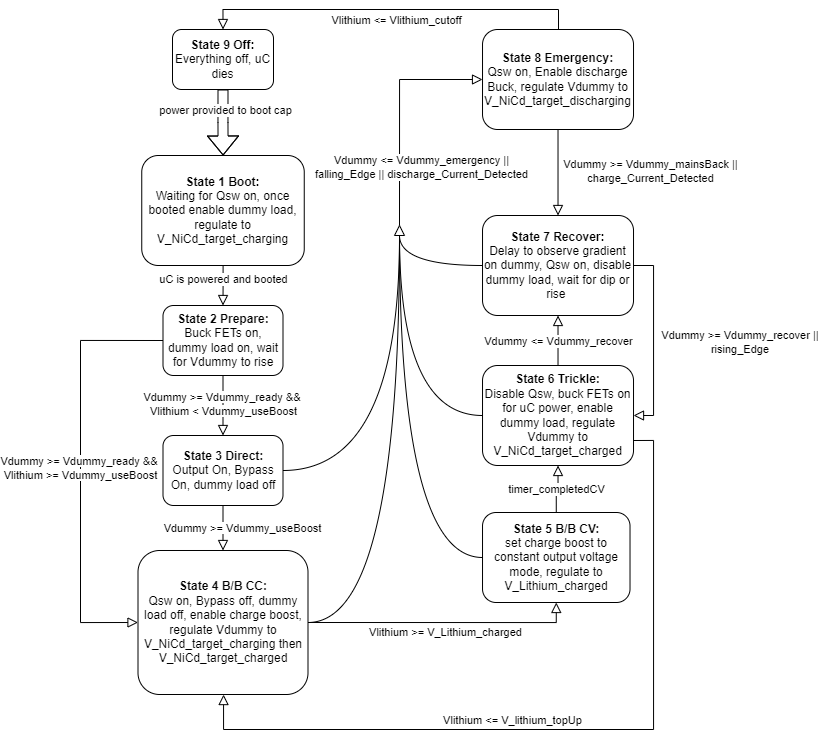
Before: 202IntefaceFlowchart_CV.drawio.png, a diagram exported from draw.io (BStainthorpe/Flowcharts). Source tidied: cells renumbered, new cells last; positions are measured from the earlier drawing's top-left corner, leaving out a move shared by most shapes.
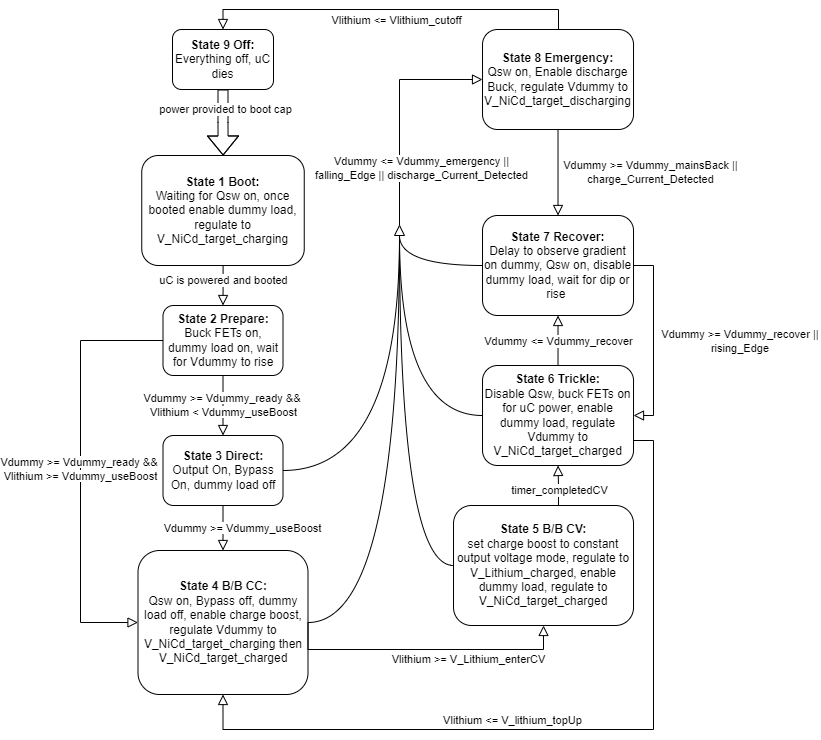
The same diagram one commit later.

The edit, as a diff of the source:
```diff
@@ -32,24 +32,33 @@
     <mxCell id="9" value="&lt;b&gt;State 4 B/B CC:&lt;/b&gt;&lt;div&gt;Qsw on, Bypass off, dummy load off, enable charge boost, regulate Vdummy to V_NiCd_target_charging then V_NiCd_target_charged&lt;/div&gt;" style="rounded=1;whiteSpace=wrap;html=1;fontSize=12;glass=0;strokeWidth=1;shadow=0;" parent="1" vertex="1">
       <mxGeometry x="57.5" y="541" width="170" height="144" as="geometry" />
     </mxCell>
-    <mxCell id="10" value="&lt;b&gt;State 5 B/B CV:&lt;/b&gt;&lt;div&gt;set charge boost to constant output voltage mode, regulate to V_Lithium_charged&lt;/div&gt;" style="rounded=1;whiteSpace=wrap;html=1;fontSize=12;glass=0;strokeWidth=1;shadow=0;" parent="1" vertex="1">
-      <mxGeometry x="402" y="503" width="147.5" height="90" as="geometry" />
+    <mxCell id="10" value="&lt;b&gt;State 5 B/B CV:&lt;/b&gt;&lt;div&gt;set charge boost to constant output voltage mode, regulate to V_Lithium_charged, enable dummy load, regulate to V_NiCd_target_charged&lt;/div&gt;" style="rounded=1;whiteSpace=wrap;html=1;fontSize=12;glass=0;strokeWidth=1;shadow=0;" parent="1" vertex="1">
+      <mxGeometry x="373" y="496" width="180" height="120" as="geometry" />
     </mxCell>
-    <mxCell id="11" value="&lt;span style=&quot;background-color: rgb(255, 255, 255);&quot;&gt;Vlithium &amp;gt;= V_Lithium_charged&lt;/span&gt;" style="rounded=0;html=1;jettySize=auto;fontSize=11;endArrow=block;endFill=0;endSize=8;strokeWidth=1;shadow=0;labelBackgroundColor=none;edgeStyle=orthogonalEdgeStyle;exitX=1;exitY=0.5;exitDx=0;exitDy=0;entryX=0.5;entryY=1;entryDx=0;entryDy=0;" parent="1" edge="1" source="9" target="10">
-      <mxGeometry x="0.03" y="-10" relative="1" as="geometry">
+    <mxCell id="11" value="&lt;span style=&quot;background-color: rgb(255, 255, 255);&quot;&gt;Vlithium &amp;gt;= V_Lithium_enterCV&lt;/span&gt;" style="rounded=0;html=1;jettySize=auto;fontSize=11;endArrow=block;endFill=0;endSize=8;strokeWidth=1;shadow=0;labelBackgroundColor=none;edgeStyle=orthogonalEdgeStyle;exitX=1;exitY=0.5;exitDx=0;exitDy=0;entryX=0.5;entryY=1;entryDx=0;entryDy=0;" parent="1" edge="1" source="9" target="10">
+      <mxGeometry x="0.3" y="-10" relative="1" as="geometry">
         <Array as="points">
-          <mxPoint x="476" y="613" />
+          <mxPoint x="228" y="640" />
+          <mxPoint x="463" y="640" />
         </Array>
+        <mxPoint x="1" as="offset" />
       </mxGeometry>
     </mxCell>
     <mxCell id="12" value="&lt;b&gt;State 6 Trickle:&lt;/b&gt;&lt;div&gt;Disable Qsw, buck FETs on for uC power, enable dummy load, regulate Vdummy to V_NiCd_target_charged&lt;/div&gt;" style="rounded=1;whiteSpace=wrap;html=1;fontSize=12;glass=0;strokeWidth=1;shadow=0;" parent="1" vertex="1">
       <mxGeometry x="402" y="356" width="151" height="100" as="geometry" />
     </mxCell>
     <mxCell id="13" style="rounded=0;html=1;jettySize=auto;fontSize=11;endArrow=block;endFill=0;endSize=8;strokeWidth=1;shadow=0;labelBackgroundColor=none;edgeStyle=orthogonalEdgeStyle;exitX=0.5;exitY=0;exitDx=0;exitDy=0;entryX=0.5;entryY=1;entryDx=0;entryDy=0;" parent="1" edge="1" source="10" target="12">
-      <mxGeometry x="0.04" y="20" relative="1" as="geometry" />
+      <mxGeometry x="0.04" y="20" relative="1" as="geometry">
+        <Array as="points">
+          <mxPoint x="478" y="496" />
+          <mxPoint x="478" y="476" />
+        </Array>
+      </mxGeometry>
     </mxCell>
     <mxCell id="14" value="timer_completedCV" style="edgeLabel;html=1;align=center;verticalAlign=middle;" parent="13" vertex="1">
-      <mxGeometry x="-0.04" relative="1" as="geometry" />
+      <mxGeometry x="-0.04" relative="1" as="geometry">
+        <mxPoint y="-4" as="offset" />
+      </mxGeometry>
     </mxCell>
     <mxCell id="15" value="&lt;b&gt;State 7 Recover:&lt;/b&gt;&lt;div&gt;Delay to observe gradient on dummy, Qsw on, disable dummy load, wait for dip or rise&amp;nbsp;&lt;br&gt;&lt;/div&gt;" style="rounded=1;whiteSpace=wrap;html=1;fontSize=12;glass=0;strokeWidth=1;shadow=0;" parent="1" vertex="1">
       <mxGeometry x="402" y="206" width="151" height="100" as="geometry" />
```
